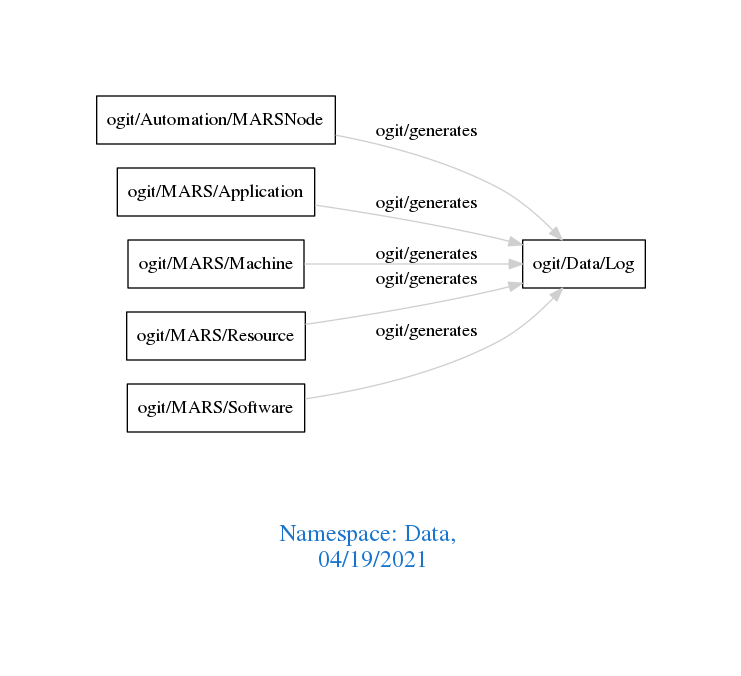
This is downloads/Data.png from arago/OGIT, a Graphviz export, as it was before one commit. Its source is kept beside it as downloads/Data.dot.
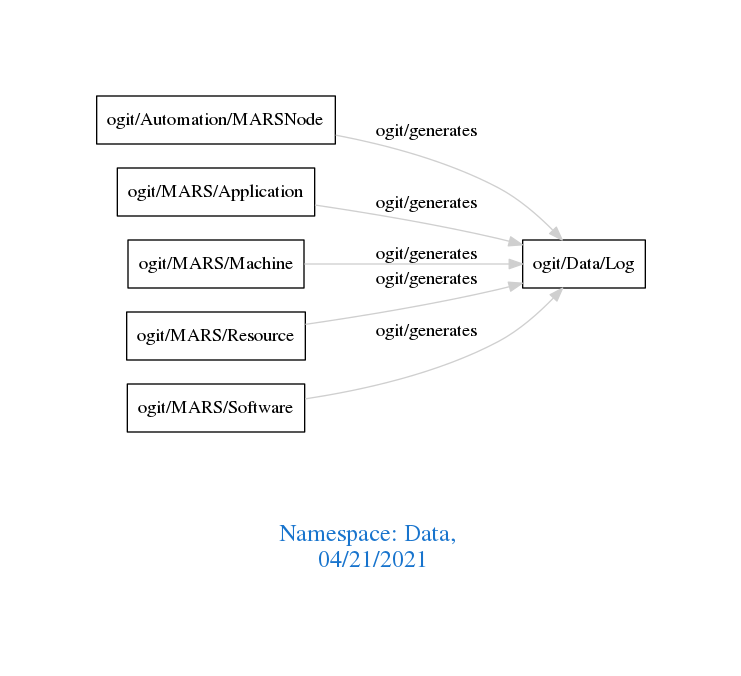
The same file after the commit.

What changed in the source:
```diff
@@ -1,7 +1,7 @@
 digraph OGIT_ontology {
  graph [ rankdir= LR,pad=1
 fontsize = 18,
-fontcolor= dodgerblue3,label = "\n\n\nNamespace: Data, \n 04/19/2021"];
+fontcolor= dodgerblue3,label = "\n\n\nNamespace: Data, \n 04/21/2021"];
 node[shape=polygon];
 edge [  color="gray81"];
 
```
